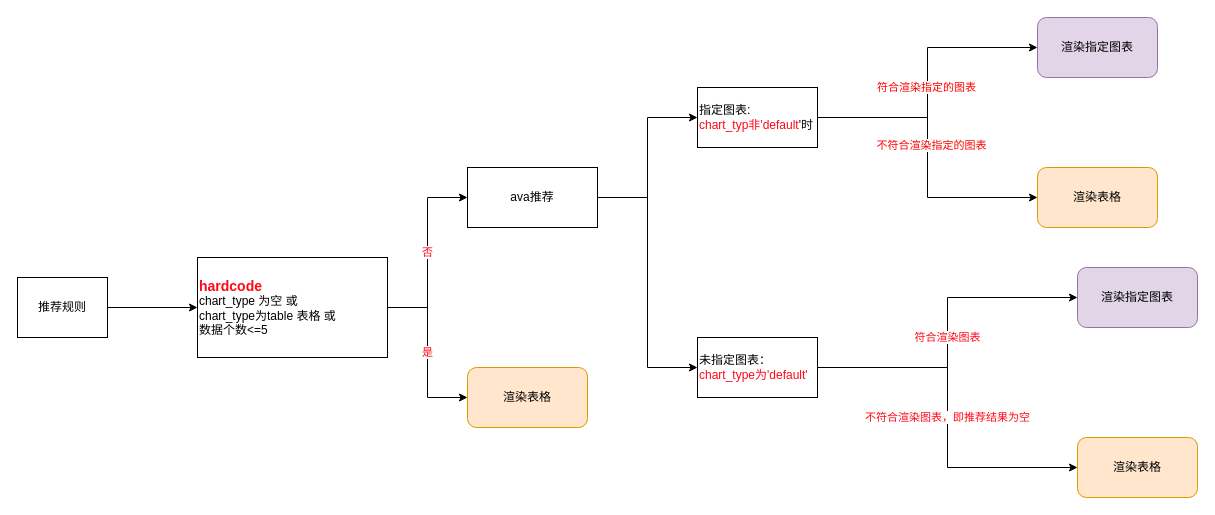
Above: antv/ava 推荐规则.drawio in wbbhacker/drawFile (draw.io), before the change. Source tidied: cells renumbered, new cells numbered last; positions are measured from the earlier drawing's top-left corner, leaving out a move shared by most shapes. Both pictures are drawn from the tidied source at 100%, with x=0, y=0 at pixel (17, 17).
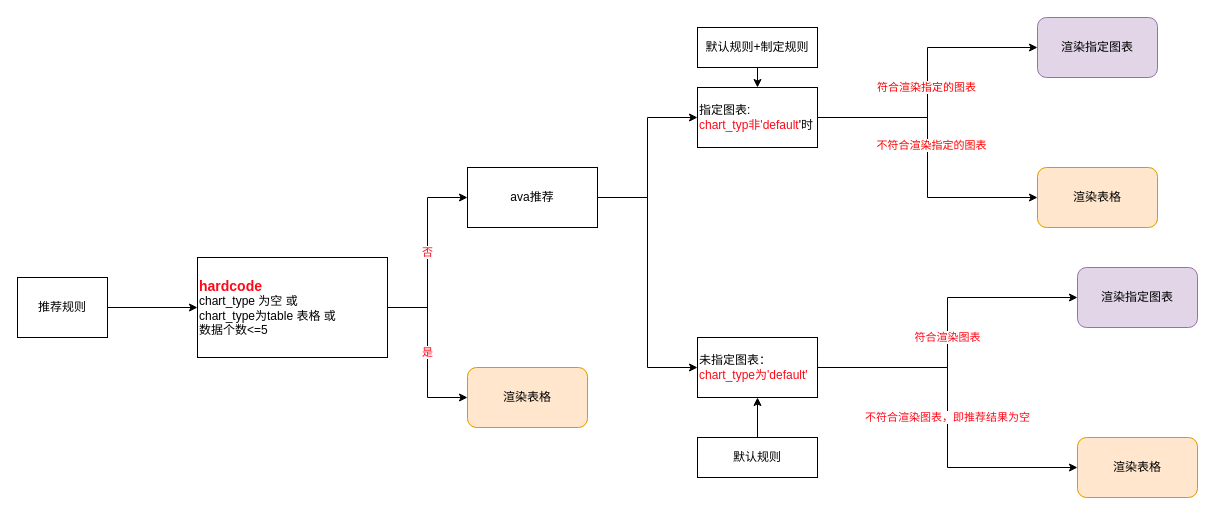
Above is the later version.

Commit message (it also covers changes not shown here):
更新ava 推荐规则.drawio

Unchanged cells that the change refers to:
```xml
<mxCell id="15" value="指定图表: &lt;br&gt;&lt;font color=&quot;#ff0818&quot;&gt;chart_typ非'default&lt;/font&gt;'时" style="rounded=0;whiteSpace=wrap;html=1;align=left;" parent="1" vertex="1">
  <mxGeometry x="680" y="70" width="120" height="60" as="geometry" />
</mxCell>
<mxCell id="18" value="未指定图表：&lt;br&gt;&lt;font color=&quot;#ff0818&quot;&gt;chart_type为'default'&lt;/font&gt;" style="rounded=0;whiteSpace=wrap;html=1;align=left;" parent="1" vertex="1">
  <mxGeometry x="680" y="320" width="120" height="60" as="geometry" />
</mxCell>
```

Diff of the diagram source:
```diff
@@
+    <mxCell id="23" style="edgeStyle=orthogonalEdgeStyle;rounded=0;jettySize=auto;html=1;exitX=0.5;exitY=0;exitDx=0;exitDy=0;entryX=0.5;entryY=1;entryDx=0;entryDy=0;" parent="1" edge="1" source="24" target="18">
+      <mxGeometry relative="1" as="geometry" />
+    </mxCell>
+    <mxCell id="24" value="默认规则" style="rounded=0;whiteSpace=wrap;html=1;" parent="1" vertex="1">
+      <mxGeometry x="680" y="420" width="120" height="40" as="geometry" />
+    </mxCell>
+    <mxCell id="25" style="edgeStyle=orthogonalEdgeStyle;rounded=0;jettySize=auto;html=1;exitX=0.5;exitY=1;exitDx=0;exitDy=0;entryX=0.5;entryY=0;entryDx=0;entryDy=0;" parent="1" edge="1" source="26" target="15">
+      <mxGeometry relative="1" as="geometry" />
+    </mxCell>
+    <mxCell id="26" value="默认规则+制定规则" style="rounded=0;whiteSpace=wrap;html=1;" parent="1" vertex="1">
+      <mxGeometry x="680" y="10" width="120" height="40" as="geometry" />
+    </mxCell>
```
